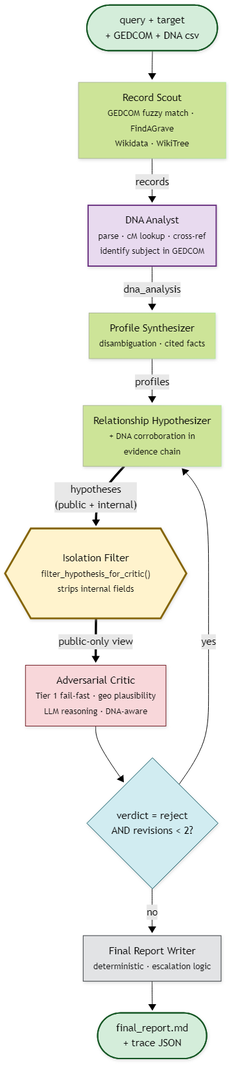
Earlier version of the Mermaid export docs/architecture_diagram.png (kaitlinmoore/multiagent-geneaological-research-system). Its source is kept beside it as docs/architecture_diagram.mermaid.
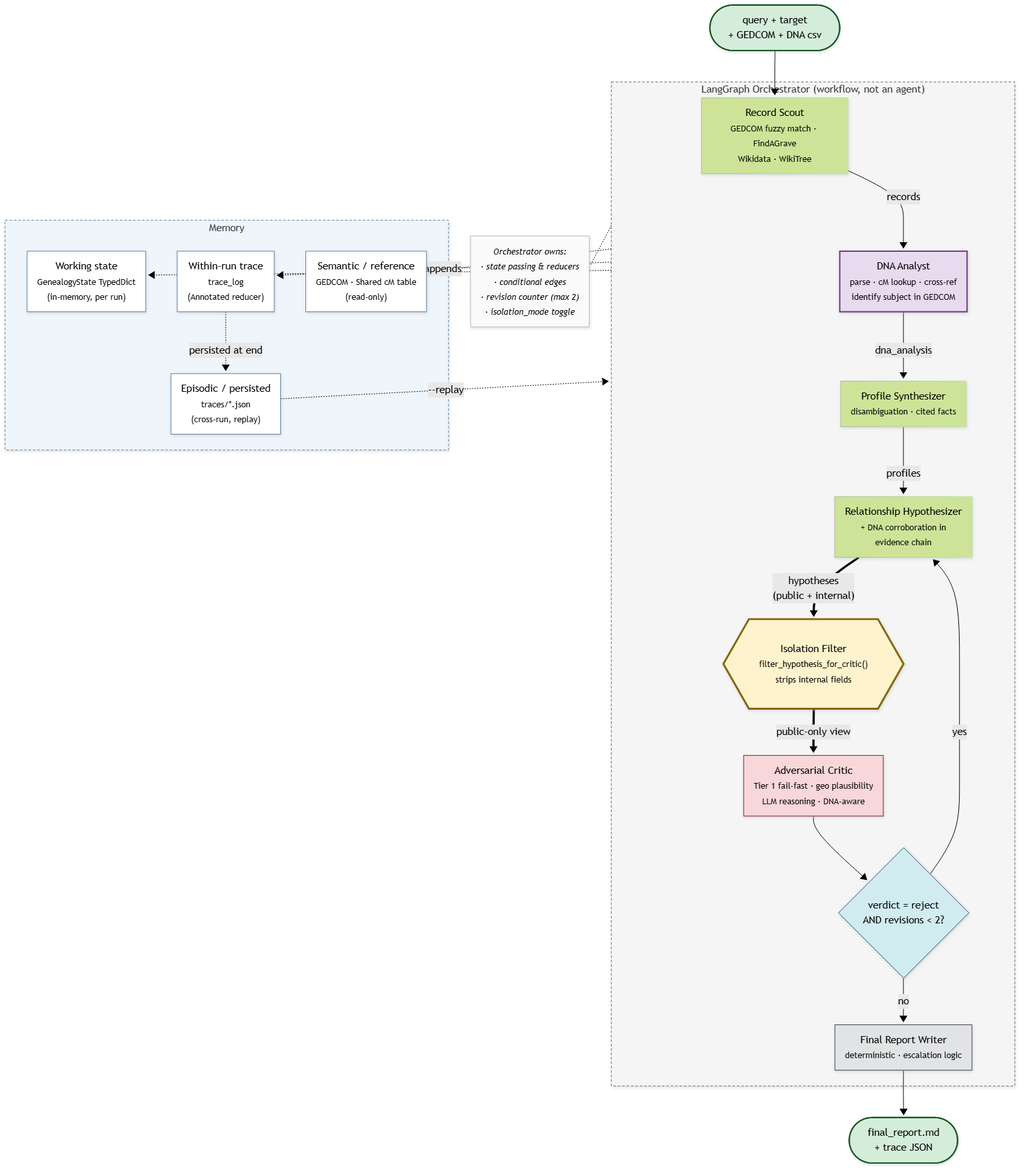
The same diagram one commit later.

Commit message:
Updated architecture diagram

What changed in the source:
````diff
@@ -9,30 +9,52 @@
     Start(["query + target<br/>+ GEDCOM + DNA csv"])
     Start --> Scout
 
-    Scout["Record Scout<br/><small>GEDCOM fuzzy match · FindAGrave<br/>Wikidata · WikiTree</small>"]
-    Scout -->|"records"| DNA
+    subgraph Orch["LangGraph Orchestrator (workflow, not an agent)"]
+      direction TB
 
-    DNA["DNA Analyst<br/><small>parse · cM lookup · cross-ref<br/>identify subject in GEDCOM</small>"]
-    DNA -->|"dna_analysis"| Synth
+      Scout["Record Scout<br/><small>GEDCOM fuzzy match · FindAGrave<br/>Wikidata · WikiTree</small>"]
+      Scout -->|"records"| DNA
 
-    Synth["Profile Synthesizer<br/><small>disambiguation · cited facts</small>"]
-    Synth -->|"profiles"| Hypo
+      DNA["DNA Analyst<br/><small>parse · cM lookup · cross-ref<br/>identify subject in GEDCOM</small>"]
+      DNA -->|"dna_analysis"| Synth
 
-    Hypo["Relationship Hypothesizer<br/><small>+ DNA corroboration in<br/>evidence chain</small>"]
-    Hypo ==>|"hypotheses<br/>(public + internal)"| Boundary
+      Synth["Profile Synthesizer<br/><small>disambiguation · cited facts</small>"]
+      Synth -->|"profiles"| Hypo
 
-    Boundary{{"Isolation Filter<br/><small>filter_hypothesis_for_critic()<br/>strips internal fields</small>"}}
-    Boundary ==>|"public-only view"| Critic
+      Hypo["Relationship Hypothesizer<br/><small>+ DNA corroboration in<br/>evidence chain</small>"]
+      Hypo ==>|"hypotheses<br/>(public + internal)"| Boundary
 
-    Critic["Adversarial Critic<br/><small>Tier 1 fail-fast · geo plausibility<br/>LLM reasoning · DNA-aware</small>"]
-    Critic --> Router
+      Boundary{{"Isolation Filter<br/><small>filter_hypothesis_for_critic()<br/>strips internal fields</small>"}}
+      Boundary ==>|"public-only view"| Critic
 
-    Router{"verdict = reject<br/>AND revisions &lt; 2?"}
-    Router -->|"yes"| Hypo
-    Router -->|"no"| Writer
+      Critic["Adversarial Critic<br/><small>Tier 1 fail-fast · geo plausibility<br/>LLM reasoning · DNA-aware</small>"]
+      Critic --> Router
 
-    Writer["Final Report Writer<br/><small>deterministic · escalation logic</small>"]
+      Router{"verdict = reject<br/>AND revisions &lt; 2?"}
+      Router -->|"yes"| Hypo
+      Router -->|"no"| Writer
+
+      Writer["Final Report Writer<br/><small>deterministic · escalation logic</small>"]
+    end
+
     Writer --> End(["final_report.md<br/>+ trace JSON"])
+
+    OrchNote["<small><i>Orchestrator owns:<br/>· state passing &amp; reducers<br/>· conditional edges<br/>· revision counter (max 2)<br/>· isolation_mode toggle</i></small>"]
+    Orch -.- OrchNote
+
+    subgraph Mem["Memory"]
+      direction TB
+      Working["Working state<br/><small>GenealogyState TypedDict<br/>(in-memory, per run)</small>"]
+      Trace["Within-run trace<br/><small>trace_log<br/>(Annotated reducer)</small>"]
+      Episodic["Episodic / persisted<br/><small>traces/*.json<br/>(cross-run, replay)</small>"]
+      Semantic["Semantic / reference<br/><small>GEDCOM · Shared cM table<br/>(read-only)</small>"]
+    end
+
+    Orch -.->|"reads"| Semantic
+    Orch -.->|"reads / writes"| Working
+    Orch -.->|"appends"| Trace
+    Trace -.->|"persisted at end"| Episodic
+    Episodic -.->|"--replay"| Orch
 
     style Start fill:#d4edda,stroke:#155724,stroke-width:2px
     style End fill:#d4edda,stroke:#155724,stroke-width:2px
@@ -41,4 +63,11 @@
     style Router fill:#d1ecf1,stroke:#0c5460
     style DNA fill:#e8daef,stroke:#6c3483,stroke-width:2px
     style Writer fill:#e2e3e5,stroke:#383d41,stroke-width:1px
+    style Orch fill:#f5f5f5,stroke:#666,stroke-width:1px,stroke-dasharray:4 3
+    style Mem fill:#eef5fb,stroke:#5b7a9a,stroke-width:1px,stroke-dasharray:4 3
+    style OrchNote fill:#fafafa,stroke:#bbb,stroke-width:1px
+    style Working fill:#ffffff,stroke:#5b7a9a
+    style Trace fill:#ffffff,stroke:#5b7a9a
+    style Episodic fill:#ffffff,stroke:#5b7a9a
+    style Semantic fill:#ffffff,stroke:#5b7a9a
 ```
````
